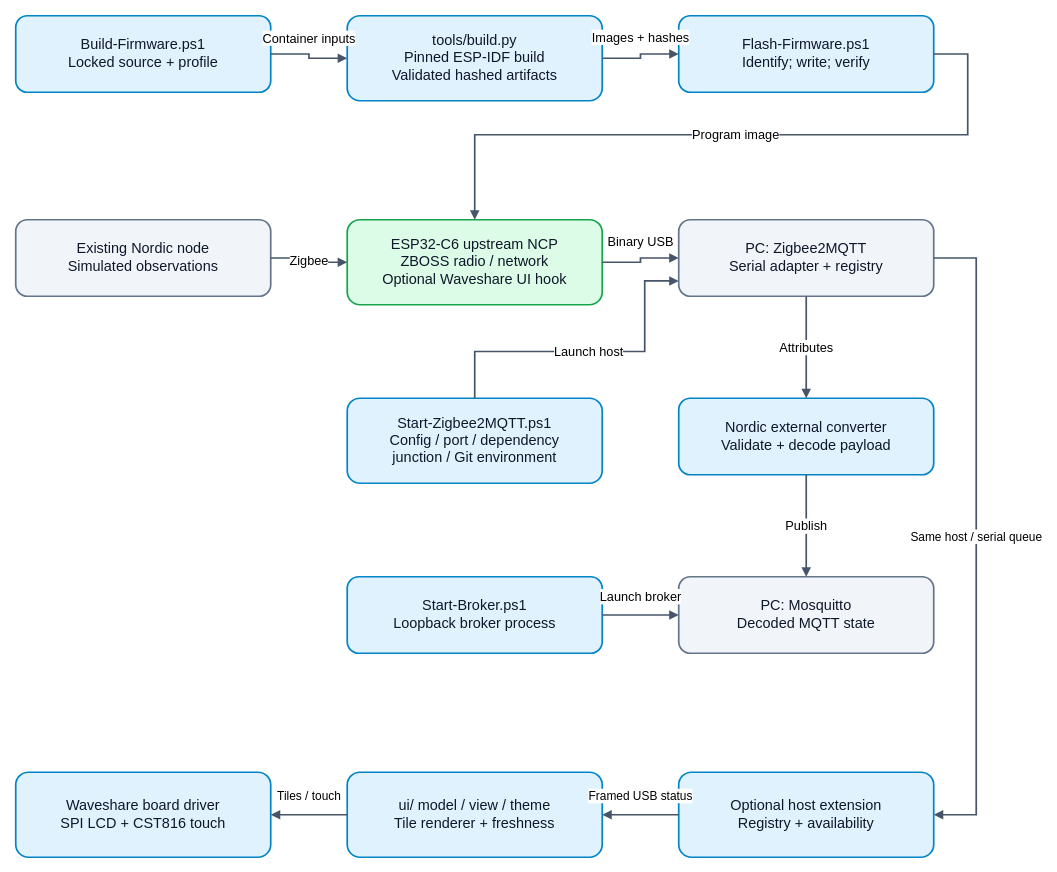
This is docs/Firmware/ESP32-C6 Coordinator/assets/architecture.drawio from Priyanshu0901/SustaintheSystem, a draw.io file, before an edit. Source tidied: cells renumbered, new cells numbered last; positions are measured from the earlier drawing's top-left corner, leaving out a move shared by most shapes. Both pictures are drawn from the tidied source at 85%, with x=0, y=0 at pixel (15, 15).
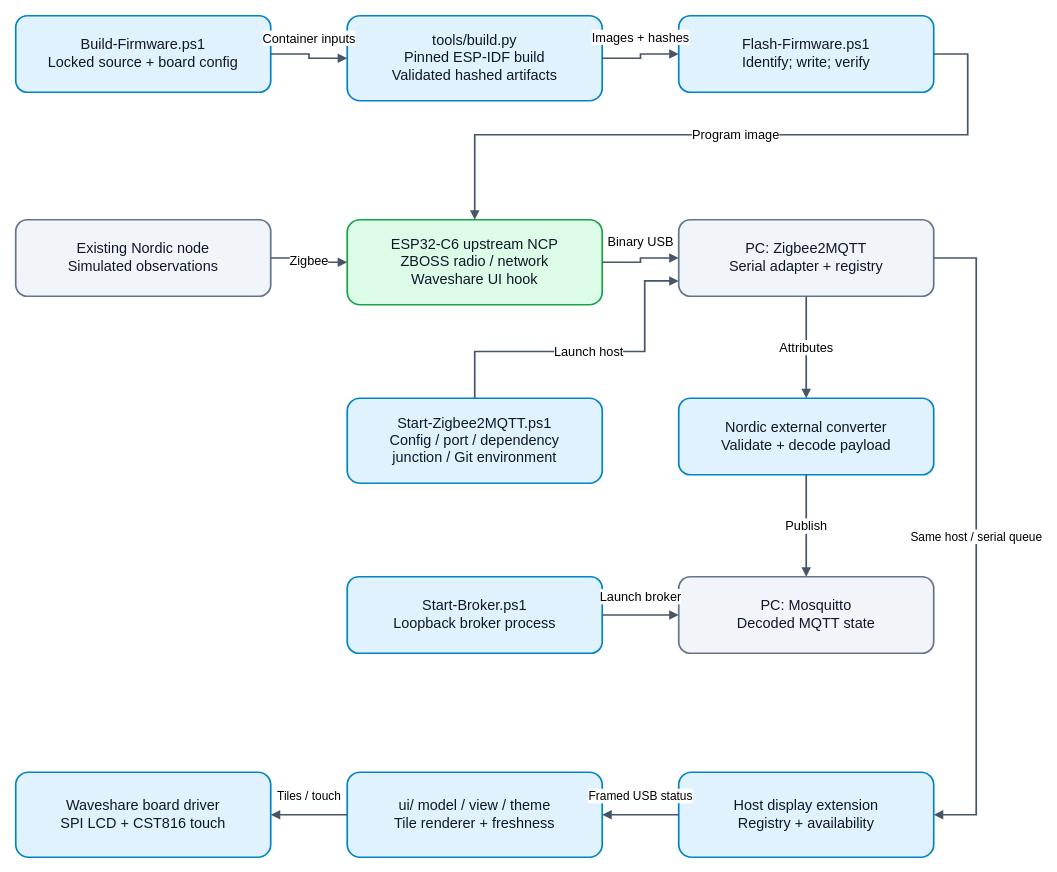
The same diagram, later.

What changed in the source:
```diff
@@
-    <mxCell id="2" value="Build-Firmware.ps1&lt;br&gt;Locked source + profile" style="rounded=1;whiteSpace=wrap;html=1;fontFamily=Arial;fontSize=17;spacing=12;strokeWidth=2;fillColor=#e0f2fe;strokeColor=#0284c7;fontColor=#0f172a;" parent="1" vertex="1">
+    <mxCell id="2" value="Build-Firmware.ps1&lt;br&gt;Locked source + board config" style="rounded=1;whiteSpace=wrap;html=1;fontFamily=Arial;fontSize=17;spacing=12;strokeWidth=2;fillColor=#e0f2fe;strokeColor=#0284c7;fontColor=#0f172a;" parent="1" vertex="1">
       <mxGeometry width="300" height="90" as="geometry" />
     </mxCell>
@@
-    <mxCell id="6" value="ESP32-C6 upstream NCP&lt;br&gt;ZBOSS radio / network&lt;br&gt;Optional Waveshare UI hook" style="rounded=1;whiteSpace=wrap;html=1;fontFamily=Arial;fontSize=17;spacing=12;strokeWidth=2;fillColor=#dcfce7;strokeColor=#16a34a;fontColor=#0f172a;" parent="1" vertex="1">
+    <mxCell id="6" value="ESP32-C6 upstream NCP&lt;br&gt;ZBOSS radio / network&lt;br&gt;Waveshare UI hook" style="rounded=1;whiteSpace=wrap;html=1;fontFamily=Arial;fontSize=17;spacing=12;strokeWidth=2;fillColor=#dcfce7;strokeColor=#16a34a;fontColor=#0f172a;" parent="1" vertex="1">
       <mxGeometry x="390" y="240" width="300" height="100" as="geometry" />
     </mxCell>
@@
-    <mxCell id="23" value="Optional host extension&lt;br&gt;Registry + availability" style="rounded=1;whiteSpace=wrap;html=1;fontFamily=Arial;fontSize=17;spacing=12;strokeWidth=2;fillColor=#e0f2fe;strokeColor=#0284c7;fontColor=#0f172a;" parent="1" vertex="1">
+    <mxCell id="23" value="Host display extension&lt;br&gt;Registry + availability" style="rounded=1;whiteSpace=wrap;html=1;fontFamily=Arial;fontSize=17;spacing=12;strokeWidth=2;fillColor=#e0f2fe;strokeColor=#0284c7;fontColor=#0f172a;" parent="1" vertex="1">
       <mxGeometry x="780" y="890" width="300" height="100" as="geometry" />
     </mxCell>
```
